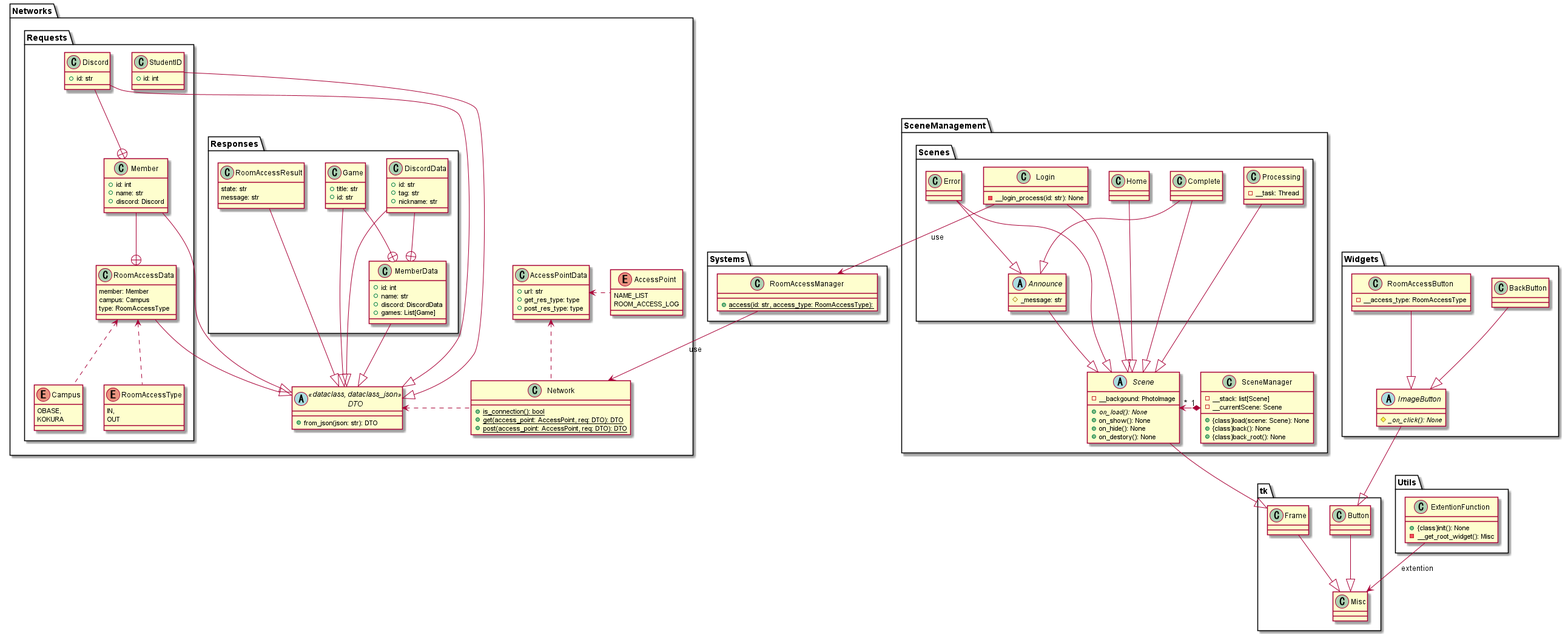
nmskm240/NITeRAS keeps this PlantUML diagram as UMLs/Class Diagrams/All/AllClass.png. Above is the earlier version.
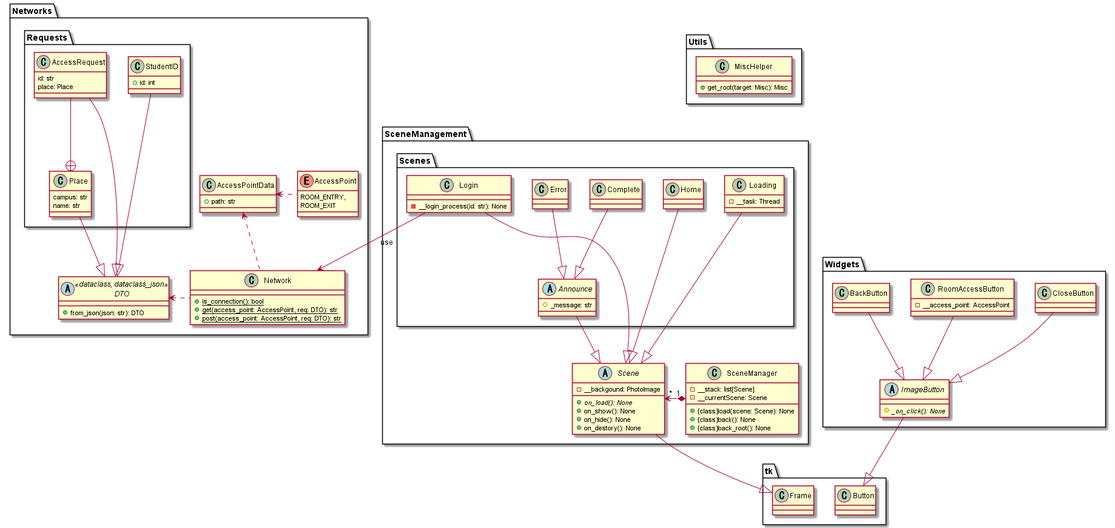
After the change.

The edit, as a diff of the source:
```diff
@@ -4,15 +4,13 @@
 {
     enum AccessPoint
     {
-        NAME_LIST
-        ROOM_ACCESS_LOG
+        ROOM_ENTRY,
+        ROOM_EXIT
     }
 
     class AccessPointData
     {
-        +url: str
-        +get_res_type: type
-        +post_res_type: type
+        +path: str
     }
 
     abstract DTO<<dataclass, dataclass_json>>
@@ -23,76 +21,27 @@
     class Network
     {
         +{static}is_connection(): bool
-        +{static}get(access_point: AccessPoint, req: DTO): DTO
-        +{static}post(access_point: AccessPoint, req: DTO): DTO
+        +{static}get(access_point: AccessPoint, req: DTO): str
+        +{static}post(access_point: AccessPoint, req: DTO): str
     }
 
     package Requests
     {
-        enum Campus
+        class AccessRequest
         {
-            OBASE,
-            KOKURA
+            id: str
+            place: Place
         }
 
-        enum RoomAccessType
+        class Place
         {
-            IN,
-            OUT
-        }
-
-        class Discord
-        {
-            +id: str
-        }
-
-        class Member
-        {
-            +id: int
-            +name: str
-            +discord: Discord
-        }
-
-        class RoomAccessData
-        {
-            member: Member
-            campus: Campus
-            type: RoomAccessType
+            campus: str
+            name: str
         }
 
         class StudentID
         {
             +id: int
-        }
-    }
-
-    package Responses
-    {
-        class DiscordData
-        {
-            +id: str
-            +tag: str
-            +nickname: str
-        }
-
-        class Game
-        {
-            +title: str
-            +id: str
-        }
-
-        class MemberData
-        {
-            +id: int
-            +name: str
-            +discord: DiscordData
-            +games: List[Game]
-        }
-
-        class RoomAccessResult
-        {
-            state: str
-            message: str
         }
     }
 }
@@ -130,81 +79,60 @@
         {
             -__login_process(id: str): None
         }
-        class Processing
+        class Loading
         {
             -__task: Thread
         }
     }
 }
-package Systems
+
+package Utils
 {
-    class RoomAccessManager
+    class MiscHelper
     {
-        +{static}access(id: str, access_type: RoomAccessType):
+        +get_root(target: Misc): Misc
     }
 }
-package Utils
-{
-    class ExtentionFunction
-    {
-        +{class}init(): None
-        -__get_root_widget(): Misc
-    }
-}
+
 package Widgets
 {
     class BackButton
+    class CloseButton
     abstract ImageButton
     {
         #{abstract}_on_click(): None
     }
     class RoomAccessButton
     {
-        -__access_type: RoomAccessType
+        -__access_point: AccessPoint
     }
 }
 
-tk.Frame --|> tk.Misc
-tk.Button --|> tk.Misc
-
 Scene --|> tk.Frame
 Announce --|> Scene
-Error --|> Scene
 Home --|> Scene
 Login --|> Scene
-Processing --|> Scene
-Complete --|> Scene
+Loading --|> Scene
 Error --|> Announce
 Complete --|> Announce
 
-RoomAccessData --|> DTO
+AccessRequest --|> DTO
 StudentID --|> DTO
-MemberData --|> DTO
-DiscordData --|> DTO
-Game --|> DTO
-RoomAccessResult --|> DTO
-Member --|> DTO
-Discord --|> DTO
+Place --|> DTO
 
 ImageButton --|> tk.Button
 BackButton --|> ImageButton
+CloseButton --|> ImageButton
 RoomAccessButton --|> ImageButton
 
 Network .left.> DTO
 Network .up.> AccessPointData
 AccessPoint .left.> AccessPointData
-RoomAccessType .up.> RoomAccessData
-Campus .up.> RoomAccessData
 
 SceneManager "1" *.left.> "*" Scene
 
-Game --+ MemberData
-DiscordData --+ MemberData
-Member --+ RoomAccessData
-Discord --+ Member
+AccessRequest --+ Place
 
-Login --> RoomAccessManager : use
-RoomAccessManager --> Network : use
-ExtentionFunction --> tk.Misc : extention
+Login --> Network : use
 
 @enduml
```
